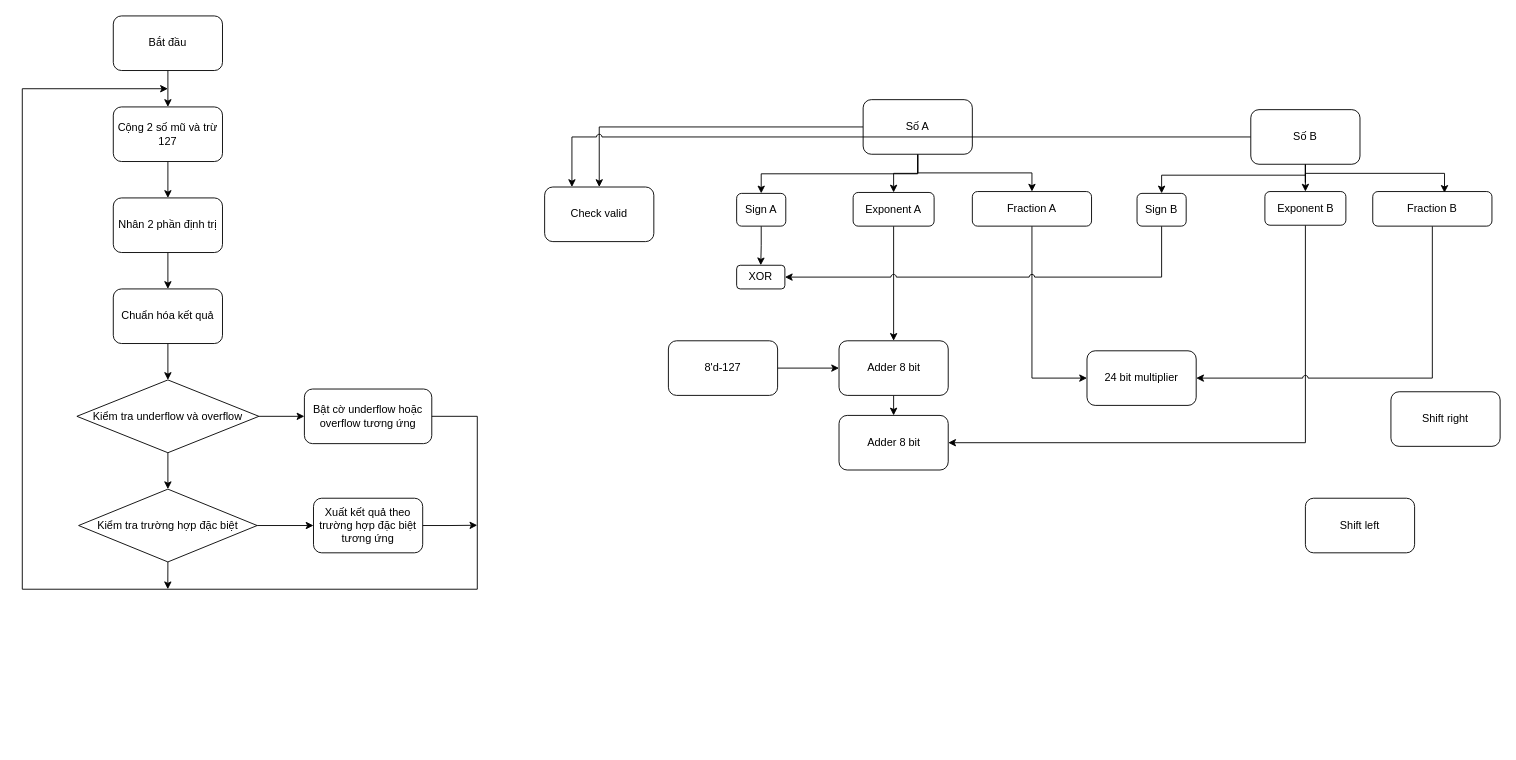
The draw.io diagram Untitled Diagram.drawio in Huy-Luu/TEST, before the edit. Source tidied: cells renumbered, new cells numbered last; positions are measured from the earlier drawing's top-left corner, leaving out a move shared by most shapes. Both pictures are drawn from the tidied source at 91%, with x=0, y=0 at pixel (22, 15).
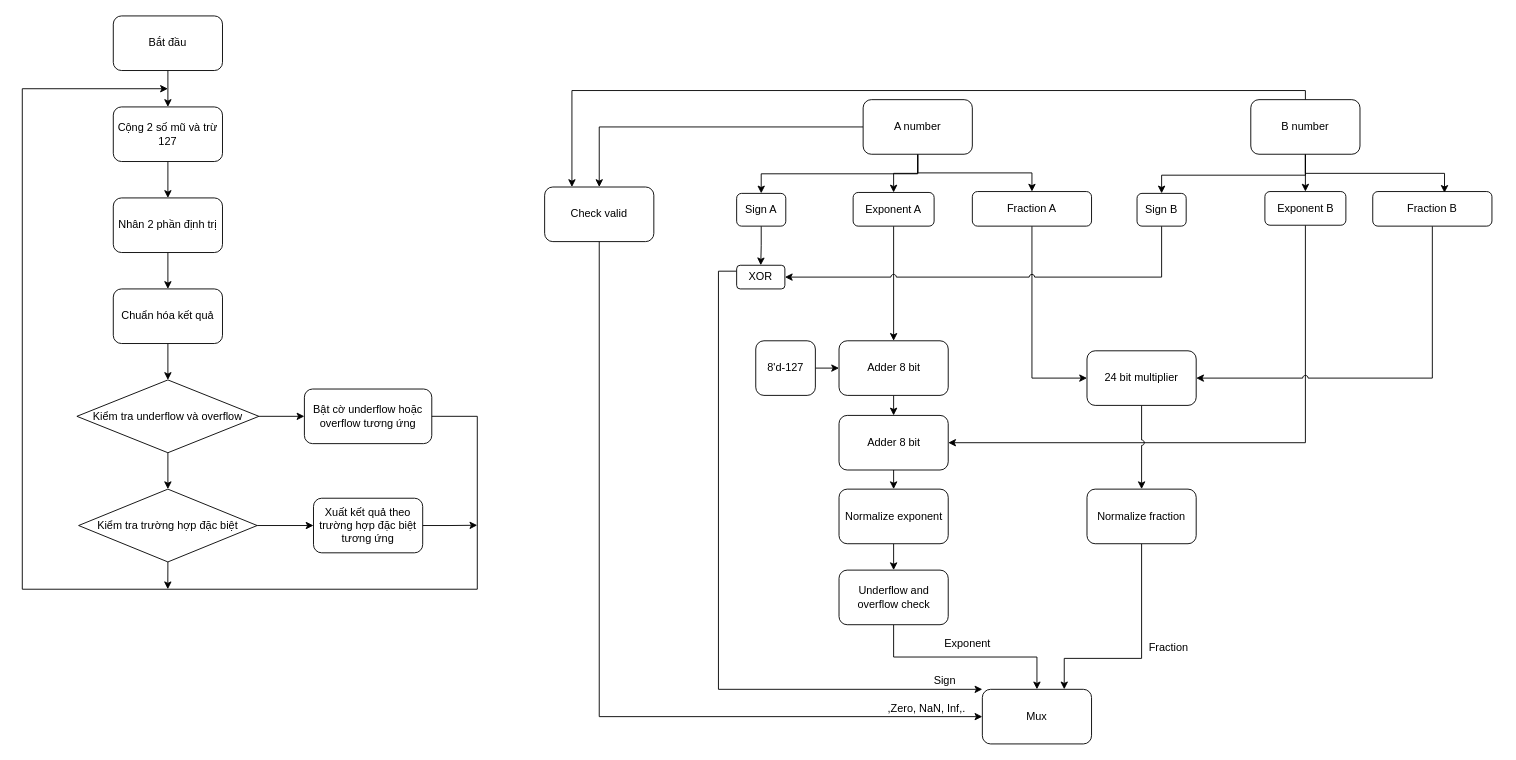
Above is the later version.

Unchanged cells that the change refers to:
```xml
<mxCell id="42" value="XOR" style="rounded=1;whiteSpace=wrap;html=1;" parent="1" vertex="1">
  <mxGeometry x="785" y="274" width="53" height="26" as="geometry" />
</mxCell>
<mxCell id="47" value="Check valid" style="rounded=1;whiteSpace=wrap;html=1;" parent="1" vertex="1">
  <mxGeometry x="574" y="188" width="120" height="60" as="geometry" />
</mxCell>
<mxCell id="50" value="Adder 8 bit" style="rounded=1;whiteSpace=wrap;html=1;" parent="1" vertex="1">
  <mxGeometry x="897.5" y="439" width="120" height="60" as="geometry" />
</mxCell>
<mxCell id="51" value="24 bit multiplier" style="rounded=1;whiteSpace=wrap;html=1;" parent="1" vertex="1">
  <mxGeometry x="1170" y="368" width="120" height="60" as="geometry" />
</mxCell>
```

Diff of the diagram source:
```diff
@@
-    <mxCell id="24" value="Số A" style="rounded=1;whiteSpace=wrap;html=1;" parent="1" vertex="1">
+    <mxCell id="24" value="A number" style="rounded=1;whiteSpace=wrap;html=1;" parent="1" vertex="1">
       <mxGeometry x="924" y="92" width="120" height="60" as="geometry" />
     </mxCell>
-    <mxCell id="25" style="edgeStyle=orthogonalEdgeStyle;rounded=0;jumpStyle=arc;jettySize=auto;html=1;exitX=0;exitY=0.5;exitDx=0;exitDy=0;entryX=0.25;entryY=0;entryDx=0;entryDy=0;" parent="1" edge="1" source="29" target="47">
-      <mxGeometry relative="1" as="geometry" />
+    <mxCell id="25" style="edgeStyle=orthogonalEdgeStyle;rounded=0;jumpStyle=arc;jettySize=auto;html=1;exitX=0.5;exitY=0;exitDx=0;exitDy=0;entryX=0.25;entryY=0;entryDx=0;entryDy=0;" parent="1" edge="1" source="29" target="47">
+      <mxGeometry relative="1" as="geometry">
+        <Array as="points">
+          <mxPoint x="1410" y="82" />
+          <mxPoint x="604" y="82" />
+        </Array>
+      </mxGeometry>
     </mxCell>
@@
-    <mxCell id="29" value="Số B" style="rounded=1;whiteSpace=wrap;html=1;" parent="1" vertex="1">
-      <mxGeometry x="1350" y="103" width="120" height="60" as="geometry" />
+    <mxCell id="29" value="B number" style="rounded=1;whiteSpace=wrap;html=1;" parent="1" vertex="1">
+      <mxGeometry x="1350" y="92" width="120" height="60" as="geometry" />
     </mxCell>
@@
+    <mxCell id="52" style="edgeStyle=orthogonalEdgeStyle;rounded=0;jumpStyle=arc;jettySize=auto;html=1;exitX=0;exitY=0.25;exitDx=0;exitDy=0;entryX=0;entryY=0;entryDx=0;entryDy=0;" parent="1" edge="1" source="42" target="62">
+      <mxGeometry relative="1" as="geometry">
+        <Array as="points">
+          <mxPoint x="765" y="281" />
+          <mxPoint x="765" y="740" />
+        </Array>
+      </mxGeometry>
+    </mxCell>
@@
-    <mxCell id="45" value="Shift left" style="rounded=1;whiteSpace=wrap;html=1;" parent="1" vertex="1">
-      <mxGeometry x="1410" y="530" width="120" height="60" as="geometry" />
-    </mxCell>
-    <mxCell id="46" value="Shift right" style="rounded=1;whiteSpace=wrap;html=1;" parent="1" vertex="1">
-      <mxGeometry x="1504" y="413" width="120" height="60" as="geometry" />
-    </mxCell>
+    <mxCell id="53" style="edgeStyle=orthogonalEdgeStyle;rounded=0;jumpStyle=arc;jettySize=auto;html=1;exitX=0.5;exitY=1;exitDx=0;exitDy=0;entryX=0;entryY=0.5;entryDx=0;entryDy=0;" parent="1" edge="1" source="47" target="62">
+      <mxGeometry relative="1" as="geometry" />
+    </mxCell>
@@
     <mxCell id="49" value="8'd-127" style="rounded=1;whiteSpace=wrap;html=1;" parent="1" vertex="1">
-      <mxGeometry x="710" y="357" width="120" height="60" as="geometry" />
+      <mxGeometry x="806" y="357" width="65.5" height="60" as="geometry" />
     </mxCell>
+    <mxCell id="54" style="edgeStyle=orthogonalEdgeStyle;rounded=0;jumpStyle=arc;jettySize=auto;html=1;exitX=0.5;exitY=1;exitDx=0;exitDy=0;entryX=0.5;entryY=0;entryDx=0;entryDy=0;" parent="1" edge="1" source="50" target="59">
+      <mxGeometry relative="1" as="geometry" />
+    </mxCell>
@@
+    <mxCell id="55" style="edgeStyle=orthogonalEdgeStyle;rounded=0;jumpStyle=arc;jettySize=auto;html=1;exitX=0.5;exitY=1;exitDx=0;exitDy=0;entryX=0.5;entryY=0;entryDx=0;entryDy=0;" parent="1" edge="1" source="51" target="57">
+      <mxGeometry relative="1" as="geometry" />
+    </mxCell>
@@
+    <mxCell id="56" style="edgeStyle=orthogonalEdgeStyle;rounded=0;jumpStyle=arc;jettySize=auto;html=1;exitX=0.5;exitY=1;exitDx=0;exitDy=0;entryX=0.75;entryY=0;entryDx=0;entryDy=0;" parent="1" edge="1" source="57" target="62">
+      <mxGeometry relative="1" as="geometry">
+        <Array as="points">
+          <mxPoint x="1230" y="706" />
+          <mxPoint x="1145" y="706" />
+        </Array>
+      </mxGeometry>
+    </mxCell>
+    <mxCell id="57" value="Normalize fraction" style="rounded=1;whiteSpace=wrap;html=1;" parent="1" vertex="1">
+      <mxGeometry x="1170" y="520" width="120" height="60" as="geometry" />
+    </mxCell>
+    <mxCell id="58" style="edgeStyle=orthogonalEdgeStyle;rounded=0;jumpStyle=arc;jettySize=auto;html=1;exitX=0.5;exitY=1;exitDx=0;exitDy=0;entryX=0.5;entryY=0;entryDx=0;entryDy=0;" parent="1" edge="1" source="59" target="61">
+      <mxGeometry relative="1" as="geometry" />
+    </mxCell>
+    <mxCell id="59" value="Normalize exponent" style="rounded=1;whiteSpace=wrap;html=1;" parent="1" vertex="1">
+      <mxGeometry x="897.5" y="520" width="120" height="60" as="geometry" />
+    </mxCell>
+    <mxCell id="60" style="edgeStyle=orthogonalEdgeStyle;rounded=0;jumpStyle=arc;jettySize=auto;html=1;exitX=0.5;exitY=1;exitDx=0;exitDy=0;" parent="1" edge="1" source="61" target="62">
+      <mxGeometry relative="1" as="geometry" />
+    </mxCell>
+    <mxCell id="61" value="Underflow and overflow check" style="rounded=1;whiteSpace=wrap;html=1;" parent="1" vertex="1">
+      <mxGeometry x="897.5" y="609" width="120" height="60" as="geometry" />
+    </mxCell>
+    <mxCell id="62" value="Mux" style="rounded=1;whiteSpace=wrap;html=1;" parent="1" vertex="1">
+      <mxGeometry x="1055" y="740" width="120" height="60" as="geometry" />
+    </mxCell>
+    <mxCell id="63" value="Fraction" style="text;html=1;strokeColor=none;fillColor=none;align=center;verticalAlign=middle;whiteSpace=wrap;rounded=0;" parent="1" vertex="1">
+      <mxGeometry x="1230" y="679" width="60" height="30" as="geometry" />
+    </mxCell>
+    <mxCell id="64" value="Exponent" style="text;html=1;strokeColor=none;fillColor=none;align=center;verticalAlign=middle;whiteSpace=wrap;rounded=0;" parent="1" vertex="1">
+      <mxGeometry x="1009" y="675" width="60" height="30" as="geometry" />
+    </mxCell>
+    <mxCell id="65" value="Sign" style="text;html=1;strokeColor=none;fillColor=none;align=center;verticalAlign=middle;whiteSpace=wrap;rounded=0;" parent="1" vertex="1">
+      <mxGeometry x="984" y="716" width="60" height="30" as="geometry" />
+    </mxCell>
+    <mxCell id="66" value=",Zero, NaN, Inf,." style="text;html=1;strokeColor=none;fillColor=none;align=center;verticalAlign=middle;whiteSpace=wrap;rounded=0;" parent="1" vertex="1">
+      <mxGeometry x="877" y="746" width="234" height="30" as="geometry" />
+    </mxCell>
```
